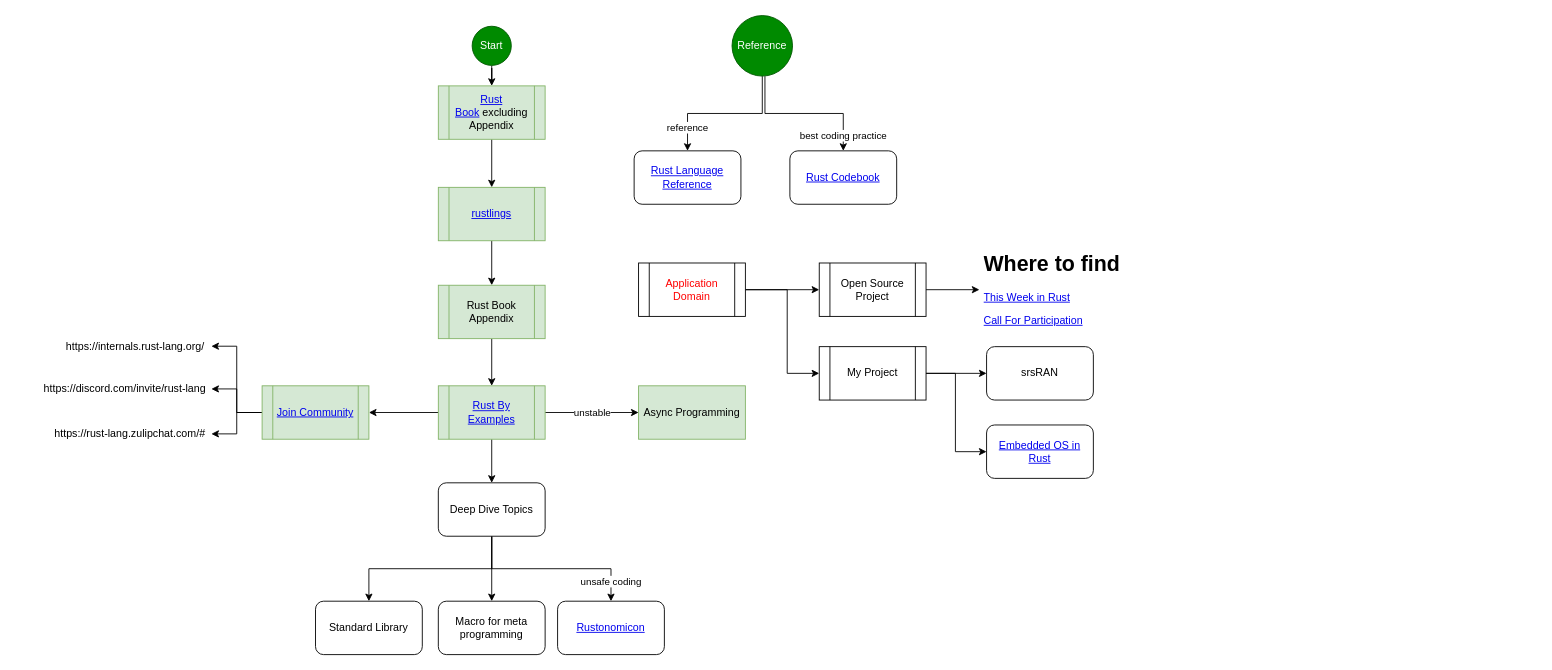
The draw.io diagram page "roadmap" (1 of 3) of learning_roadmap.drawio in gftea/rust_lang_notes, before the edit. Source tidied: cells renumbered, new cells numbered last; positions are measured from the earlier drawing's top-left corner, leaving out a move shared by most shapes. Both pictures are drawn from the tidied source at 89%, with x=0, y=0 at pixel (42, 15).
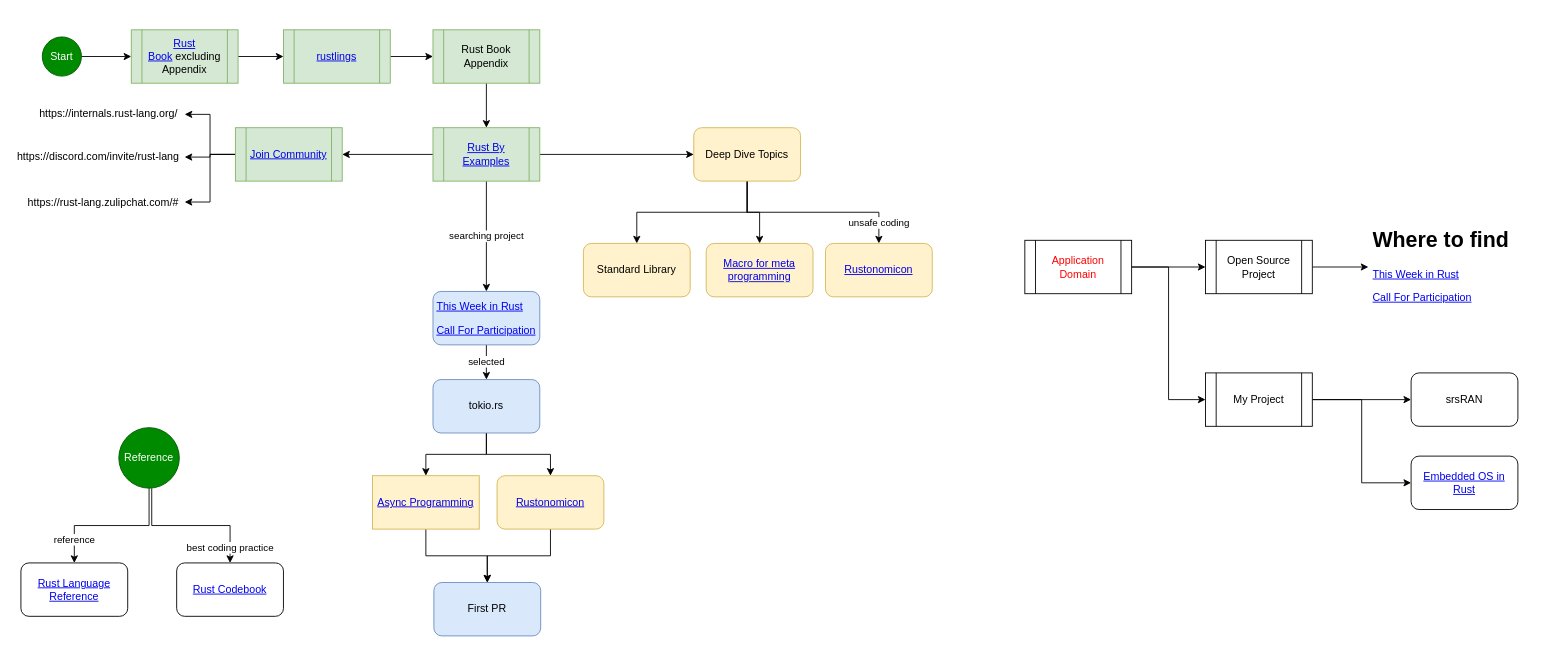
The same diagram, later.

Diff of the diagram source:
```diff
@@
     <mxCell id="3" value="&lt;a href=&quot;https://doc.rust-lang.org/book/&quot;&gt;Rust Book&lt;/a&gt;&amp;nbsp;excluding Appendix" style="shape=process;whiteSpace=wrap;html=1;backgroundOutline=1;fillColor=#d5e8d4;strokeColor=#82b366;" parent="1" vertex="1">
-      <mxGeometry x="445" y="79" width="120" height="60" as="geometry" />
+      <mxGeometry x="100" y="16" width="120" height="60" as="geometry" />
     </mxCell>
@@
     <mxCell id="6" value="&lt;a href=&quot;https://github.com/rust-lang/rustlings/&quot;&gt;rustlings&lt;/a&gt;" style="shape=process;whiteSpace=wrap;html=1;backgroundOutline=1;fillColor=#d5e8d4;strokeColor=#82b366;" parent="1" vertex="1">
-      <mxGeometry x="445" y="193" width="120" height="60" as="geometry" />
+      <mxGeometry x="271" y="16" width="120" height="60" as="geometry" />
     </mxCell>
@@
-    <mxCell id="9" style="edgeStyle=orthogonalEdgeStyle;rounded=0;jettySize=auto;html=1;exitX=0.5;exitY=1;exitDx=0;exitDy=0;" parent="1" edge="1" source="12" target="31">
+    <mxCell id="9" style="edgeStyle=orthogonalEdgeStyle;rounded=0;jettySize=auto;html=1;exitX=1;exitY=0.5;exitDx=0;exitDy=0;" parent="1" edge="1" source="12" target="31">
       <mxGeometry relative="1" as="geometry" />
     </mxCell>
@@
-    <mxCell id="11" value="unstable" style="edgeStyle=orthogonalEdgeStyle;rounded=0;jettySize=auto;html=1;" parent="1" edge="1" source="12" target="41">
-      <mxGeometry relative="1" as="geometry" />
-    </mxCell>
+    <mxCell id="45" value="searching project" style="edgeStyle=orthogonalEdgeStyle;rounded=0;jettySize=auto;html=1;" parent="1" edge="1" source="12" target="48">
+      <mxGeometry relative="1" as="geometry" />
+    </mxCell>
     <mxCell id="12" value="&lt;a href=&quot;https://doc.rust-lang.org/stable/rust-by-example/&quot;&gt;Rust By Examples&lt;/a&gt;" style="shape=process;whiteSpace=wrap;html=1;backgroundOutline=1;fillColor=#d5e8d4;strokeColor=#82b366;" parent="1" vertex="1">
-      <mxGeometry x="445" y="416" width="120" height="60" as="geometry" />
+      <mxGeometry x="439" y="126" width="120" height="60" as="geometry" />
     </mxCell>
     <mxCell id="13" value="Rust Book Appendix" style="shape=process;whiteSpace=wrap;html=1;backgroundOutline=1;fillColor=#d5e8d4;strokeColor=#82b366;" parent="1" vertex="1">
-      <mxGeometry x="445" y="303" width="120" height="60" as="geometry" />
+      <mxGeometry x="439" y="16" width="120" height="60" as="geometry" />
     </mxCell>
-    <mxCell id="14" style="edgeStyle=orthogonalEdgeStyle;rounded=0;jettySize=auto;html=1;exitX=1;exitY=0.5;exitDx=0;exitDy=0;" parent="1" edge="1" source="21" target="19">
-      <mxGeometry relative="1" as="geometry">
-        <Array as="points">
-          <mxPoint x="837" y="308" />
-          <mxPoint x="837" y="402" />
-        </Array>
-      </mxGeometry>
-    </mxCell>
-    <mxCell id="15" style="edgeStyle=orthogonalEdgeStyle;rounded=0;jettySize=auto;html=1;entryX=0;entryY=0.5;entryDx=0;entryDy=0;" parent="1" edge="1" source="16" target="35">
+    <mxCell id="15" style="edgeStyle=orthogonalEdgeStyle;rounded=0;jettySize=auto;html=1;" parent="1" edge="1" source="16" target="35">
       <mxGeometry relative="1" as="geometry" />
     </mxCell>
     <mxCell id="16" value="Open Source Project" style="shape=process;whiteSpace=wrap;html=1;backgroundOutline=1;" parent="1" vertex="1">
-      <mxGeometry x="873" y="278" width="120" height="60" as="geometry" />
+      <mxGeometry x="1307" y="252.5" width="120" height="60" as="geometry" />
     </mxCell>
@@
-    <mxCell id="18" style="edgeStyle=orthogonalEdgeStyle;rounded=0;jettySize=auto;html=1;" parent="1" edge="1" source="19" target="37">
-      <mxGeometry relative="1" as="geometry">
-        <Array as="points">
-          <mxPoint x="1026" y="402" />
-          <mxPoint x="1026" y="490" />
-        </Array>
-      </mxGeometry>
+    <mxCell id="18" style="edgeStyle=orthogonalEdgeStyle;rounded=0;jettySize=auto;html=1;entryX=0;entryY=0.5;entryDx=0;entryDy=0;" parent="1" edge="1" source="19" target="37">
+      <mxGeometry relative="1" as="geometry" />
     </mxCell>
     <mxCell id="19" value="My Project" style="shape=process;whiteSpace=wrap;html=1;backgroundOutline=1;" parent="1" vertex="1">
-      <mxGeometry x="873" y="372" width="120" height="60" as="geometry" />
+      <mxGeometry x="1307" y="401.5" width="120" height="60" as="geometry" />
     </mxCell>
@@
+    <mxCell id="14" style="edgeStyle=orthogonalEdgeStyle;rounded=0;jettySize=auto;html=1;entryX=0;entryY=0.5;entryDx=0;entryDy=0;" parent="1" edge="1" source="21" target="19">
+      <mxGeometry relative="1" as="geometry" />
+    </mxCell>
     <mxCell id="21" value="&lt;font color=&quot;#ff0000&quot;&gt;Application Domain&lt;/font&gt;" style="shape=process;whiteSpace=wrap;html=1;backgroundOutline=1;" parent="1" vertex="1">
-      <mxGeometry x="670" y="278" width="120" height="60" as="geometry" />
+      <mxGeometry x="1104" y="252.5" width="120" height="60" as="geometry" />
     </mxCell>
@@
     <mxCell id="25" value="&lt;a href=&quot;https://www.rust-lang.org/community&quot;&gt;Join Community&lt;/a&gt;" style="shape=process;whiteSpace=wrap;html=1;backgroundOutline=1;fillColor=#d5e8d4;strokeColor=#82b366;" parent="1" vertex="1">
-      <mxGeometry x="247" y="416" width="120" height="60" as="geometry" />
+      <mxGeometry x="217" y="126" width="120" height="60" as="geometry" />
     </mxCell>
@@
     <mxCell id="27" value="Start" style="ellipse;whiteSpace=wrap;html=1;fillColor=#008a00;strokeColor=#005700;fontColor=#ffffff;" parent="1" vertex="1">
-      <mxGeometry x="483" y="12" width="44" height="44" as="geometry" />
+      <mxGeometry y="24" width="44" height="44" as="geometry" />
     </mxCell>
@@
-    <mxCell id="31" value="Deep Dive Topics" style="rounded=1;whiteSpace=wrap;html=1;" parent="1" vertex="1">
-      <mxGeometry x="445" y="525" width="120" height="60" as="geometry" />
+    <mxCell id="31" value="Deep Dive Topics" style="rounded=1;whiteSpace=wrap;html=1;fillColor=#fff2cc;strokeColor=#d6b656;" parent="1" vertex="1">
+      <mxGeometry x="732" y="126" width="120" height="60" as="geometry" />
     </mxCell>
-    <mxCell id="32" value="Standard Library" style="rounded=1;whiteSpace=wrap;html=1;" parent="1" vertex="1">
-      <mxGeometry x="307" y="658" width="120" height="60" as="geometry" />
+    <mxCell id="32" value="Standard Library" style="rounded=1;whiteSpace=wrap;html=1;fillColor=#fff2cc;strokeColor=#d6b656;" parent="1" vertex="1">
+      <mxGeometry x="608" y="256" width="120" height="60" as="geometry" />
     </mxCell>
-    <mxCell id="33" value="Macro for meta programming" style="rounded=1;whiteSpace=wrap;html=1;" parent="1" vertex="1">
-      <mxGeometry x="445" y="658" width="120" height="60" as="geometry" />
+    <mxCell id="33" value="&lt;a href=&quot;https://veykril.github.io/tlborm/&quot;&gt;Macro for meta programming&lt;/a&gt;" style="rounded=1;whiteSpace=wrap;html=1;fillColor=#fff2cc;strokeColor=#d6b656;" parent="1" vertex="1">
+      <mxGeometry x="746" y="256" width="120" height="60" as="geometry" />
     </mxCell>
-    <mxCell id="34" value="&lt;a style=&quot;&quot; href=&quot;https://doc.rust-lang.org/nomicon/&quot;&gt;Rustonomicon&lt;/a&gt;" style="whiteSpace=wrap;html=1;rounded=1;" parent="1" vertex="1">
-      <mxGeometry x="579" y="658" width="120" height="60" as="geometry" />
+    <mxCell id="34" value="&lt;a style=&quot;&quot; href=&quot;https://doc.rust-lang.org/nomicon/&quot;&gt;Rustonomicon&lt;/a&gt;" style="whiteSpace=wrap;html=1;rounded=1;fillColor=#fff2cc;strokeColor=#d6b656;" parent="1" vertex="1">
+      <mxGeometry x="880" y="256" width="120" height="60" as="geometry" />
     </mxCell>
     <mxCell id="35" value="&lt;h1&gt;Where to find&lt;/h1&gt;&lt;p&gt;&lt;a href=&quot;https://this-week-in-rust.org/&quot;&gt;This Week in Rust&lt;/a&gt;&lt;/p&gt;&lt;p&gt;&lt;a href=&quot;https://users.rust-lang.org/t/twir-call-for-participation/4821&quot;&gt;Call For Participation&lt;/a&gt;&lt;/p&gt;" style="text;html=1;strokeColor=none;fillColor=none;spacing=5;spacingTop=-20;whiteSpace=wrap;overflow=hidden;rounded=0;" parent="1" vertex="1">
-      <mxGeometry x="1053" y="258.5" width="190" height="99" as="geometry" />
+      <mxGeometry x="1490" y="233" width="190" height="99" as="geometry" />
     </mxCell>
     <mxCell id="36" value="srsRAN" style="rounded=1;whiteSpace=wrap;html=1;" parent="1" vertex="1">
-      <mxGeometry x="1061" y="372" width="120" height="60" as="geometry" />
+      <mxGeometry x="1538" y="401.5" width="120" height="60" as="geometry" />
     </mxCell>
     <mxCell id="37" value="&lt;a href=&quot;https://github.com/rust-embedded/rust-raspberrypi-OS-tutorials&quot;&gt;Embedded OS in Rust&lt;/a&gt;" style="rounded=1;whiteSpace=wrap;html=1;" parent="1" vertex="1">
-      <mxGeometry x="1061" y="460" width="120" height="60" as="geometry" />
+      <mxGeometry x="1538" y="495" width="120" height="60" as="geometry" />
     </mxCell>
     <mxCell id="38" value="&lt;a href=&quot;https://rust-lang-nursery.github.io/rust-cookbook/&quot;&gt;Rust Codebook&lt;/a&gt;" style="rounded=1;whiteSpace=wrap;html=1;" parent="1" vertex="1">
-      <mxGeometry x="840" y="152" width="120" height="60" as="geometry" />
+      <mxGeometry x="151" y="615" width="120" height="60" as="geometry" />
     </mxCell>
     <mxCell id="39" value="&lt;a href=&quot;https://doc.rust-lang.org/stable/reference/&quot;&gt;Rust Language Reference&lt;/a&gt;" style="rounded=1;whiteSpace=wrap;html=1;" parent="1" vertex="1">
-      <mxGeometry x="665" y="152" width="120" height="60" as="geometry" />
+      <mxGeometry x="-24" y="615" width="120" height="60" as="geometry" />
     </mxCell>
     <mxCell id="40" value="Reference" style="ellipse;whiteSpace=wrap;html=1;fillColor=#008a00;strokeColor=#005700;fontColor=#ffffff;" parent="1" vertex="1">
-      <mxGeometry x="775" width="68" height="68" as="geometry" />
+      <mxGeometry x="86" y="463" width="68" height="68" as="geometry" />
     </mxCell>
+    <mxCell id="46" style="edgeStyle=orthogonalEdgeStyle;rounded=0;jettySize=auto;html=1;" parent="1" edge="1" source="41" target="52">
+      <mxGeometry relative="1" as="geometry" />
+    </mxCell>
-    <mxCell id="41" value="Async Programming" style="whiteSpace=wrap;html=1;fillColor=#d5e8d4;strokeColor=#82b366;" parent="1" vertex="1">
-      <mxGeometry x="670" y="416" width="120" height="60" as="geometry" />
+    <mxCell id="41" value="&lt;a href=&quot;https://rust-lang.github.io/async-book/&quot;&gt;Async Programming&lt;/a&gt;" style="whiteSpace=wrap;html=1;fillColor=#fff2cc;strokeColor=#d6b656;" parent="1" vertex="1">
+      <mxGeometry x="371" y="517" width="120" height="60" as="geometry" />
     </mxCell>
     <mxCell id="42" value="https://rust-lang.zulipchat.com/#" style="text;whiteSpace=wrap;html=1;" parent="1" vertex="1">
-      <mxGeometry x="12" y="456" width="178" height="28" as="geometry" />
+      <mxGeometry x="-18" y="195.5" width="178" height="28" as="geometry" />
     </mxCell>
     <mxCell id="43" value="https://internals.rust-lang.org/" style="text;whiteSpace=wrap;html=1;" parent="1" vertex="1">
-      <mxGeometry x="25" y="357.5" width="165" height="28" as="geometry" />
+      <mxGeometry x="-5" y="97" width="165" height="28" as="geometry" />
     </mxCell>
     <mxCell id="44" value="https://discord.com/invite/rust-lang" style="text;whiteSpace=wrap;html=1;" parent="1" vertex="1">
-      <mxGeometry y="405" width="190" height="29" as="geometry" />
+      <mxGeometry x="-30" y="144.5" width="190" height="29" as="geometry" />
     </mxCell>
+    <mxCell id="47" value="selected" style="edgeStyle=orthogonalEdgeStyle;rounded=0;jettySize=auto;html=1;" parent="1" edge="1" source="48" target="51">
+      <mxGeometry relative="1" as="geometry" />
+    </mxCell>
+    <mxCell id="48" value="&lt;p style=&quot;text-align: left;&quot;&gt;&lt;a href=&quot;https://this-week-in-rust.org/&quot;&gt;This Week in Rust&lt;/a&gt;&lt;/p&gt;&lt;p style=&quot;text-align: left;&quot;&gt;&lt;a href=&quot;https://users.rust-lang.org/t/twir-call-for-participation/4821&quot;&gt;Call For Participation&lt;/a&gt;&lt;/p&gt;" style="rounded=1;whiteSpace=wrap;html=1;fillColor=#dae8fc;strokeColor=#6c8ebf;" parent="1" vertex="1">
+      <mxGeometry x="439" y="310" width="120" height="60" as="geometry" />
+    </mxCell>
+    <mxCell id="49" style="edgeStyle=orthogonalEdgeStyle;rounded=0;jettySize=auto;html=1;entryX=0.5;entryY=0;entryDx=0;entryDy=0;" parent="1" edge="1" source="51" target="41">
+      <mxGeometry relative="1" as="geometry" />
+    </mxCell>
+    <mxCell id="50" style="edgeStyle=orthogonalEdgeStyle;rounded=0;jettySize=auto;html=1;entryX=0.5;entryY=0;entryDx=0;entryDy=0;" parent="1" edge="1" source="51" target="54">
+      <mxGeometry relative="1" as="geometry" />
+    </mxCell>
+    <mxCell id="51" value="&lt;p style=&quot;text-align: left;&quot;&gt;tokio.rs&lt;/p&gt;" style="rounded=1;whiteSpace=wrap;html=1;fillColor=#dae8fc;strokeColor=#6c8ebf;" parent="1" vertex="1">
+      <mxGeometry x="439" y="409" width="120" height="60" as="geometry" />
+    </mxCell>
+    <mxCell id="52" value="&lt;p style=&quot;text-align: left;&quot;&gt;First PR&lt;/p&gt;" style="rounded=1;whiteSpace=wrap;html=1;fillColor=#dae8fc;strokeColor=#6c8ebf;" parent="1" vertex="1">
+      <mxGeometry x="440" y="637" width="120" height="60" as="geometry" />
+    </mxCell>
+    <mxCell id="53" style="edgeStyle=orthogonalEdgeStyle;rounded=0;jettySize=auto;html=1;entryX=0.5;entryY=0;entryDx=0;entryDy=0;" parent="1" edge="1" source="54" target="52">
+      <mxGeometry relative="1" as="geometry" />
+    </mxCell>
+    <mxCell id="54" value="&lt;a href=&quot;https://doc.rust-lang.org/nomicon/&quot; style=&quot;&quot;&gt;Rustonomicon&lt;/a&gt;" style="whiteSpace=wrap;html=1;rounded=1;fillColor=#fff2cc;strokeColor=#d6b656;" parent="1" vertex="1">
+      <mxGeometry x="511" y="517" width="120" height="60" as="geometry" />
+    </mxCell>
```
